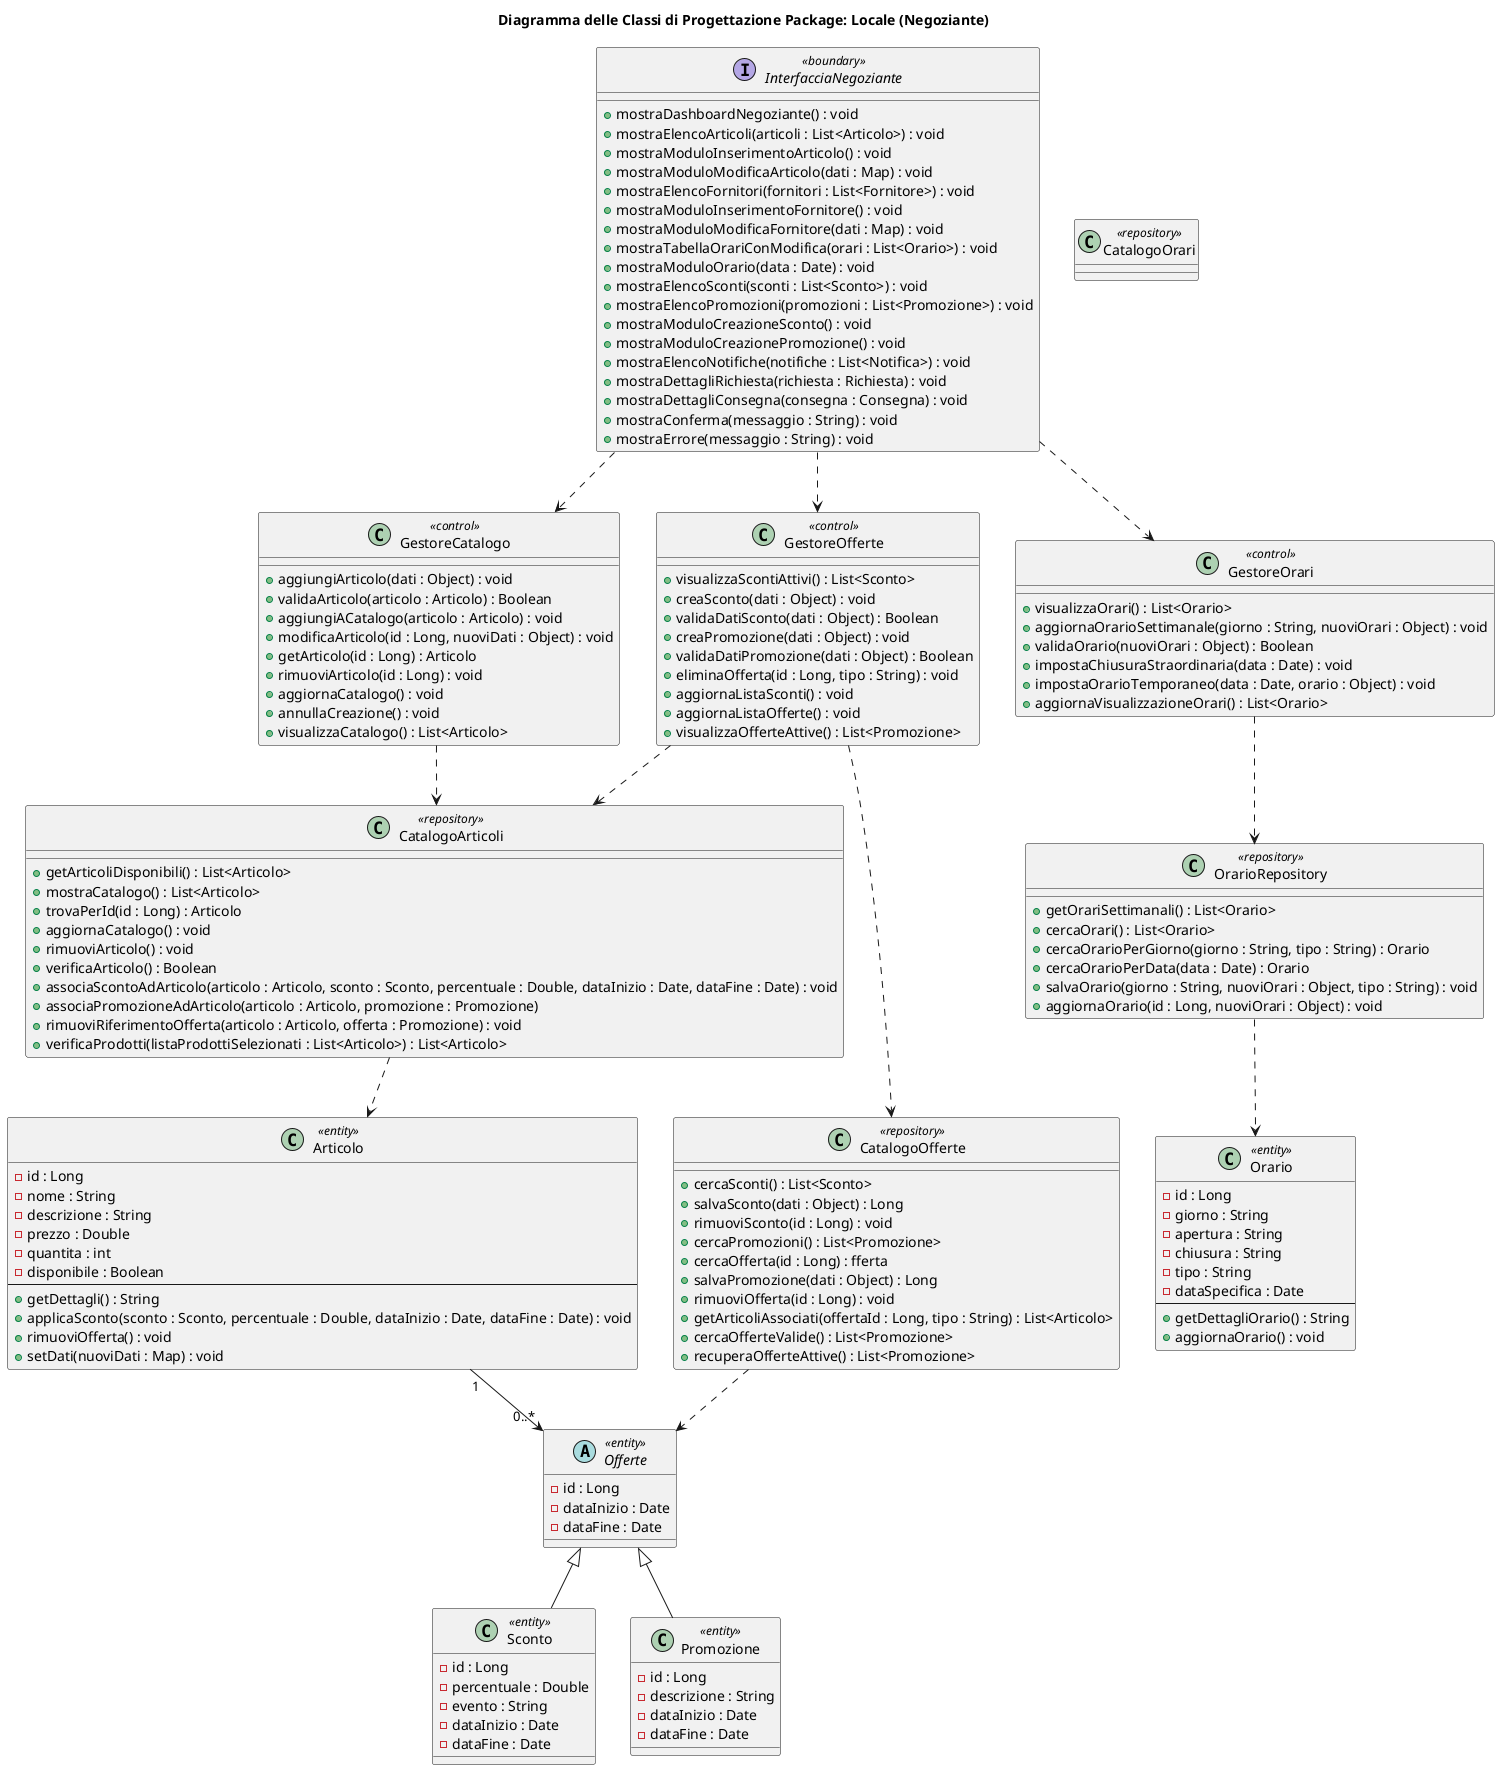
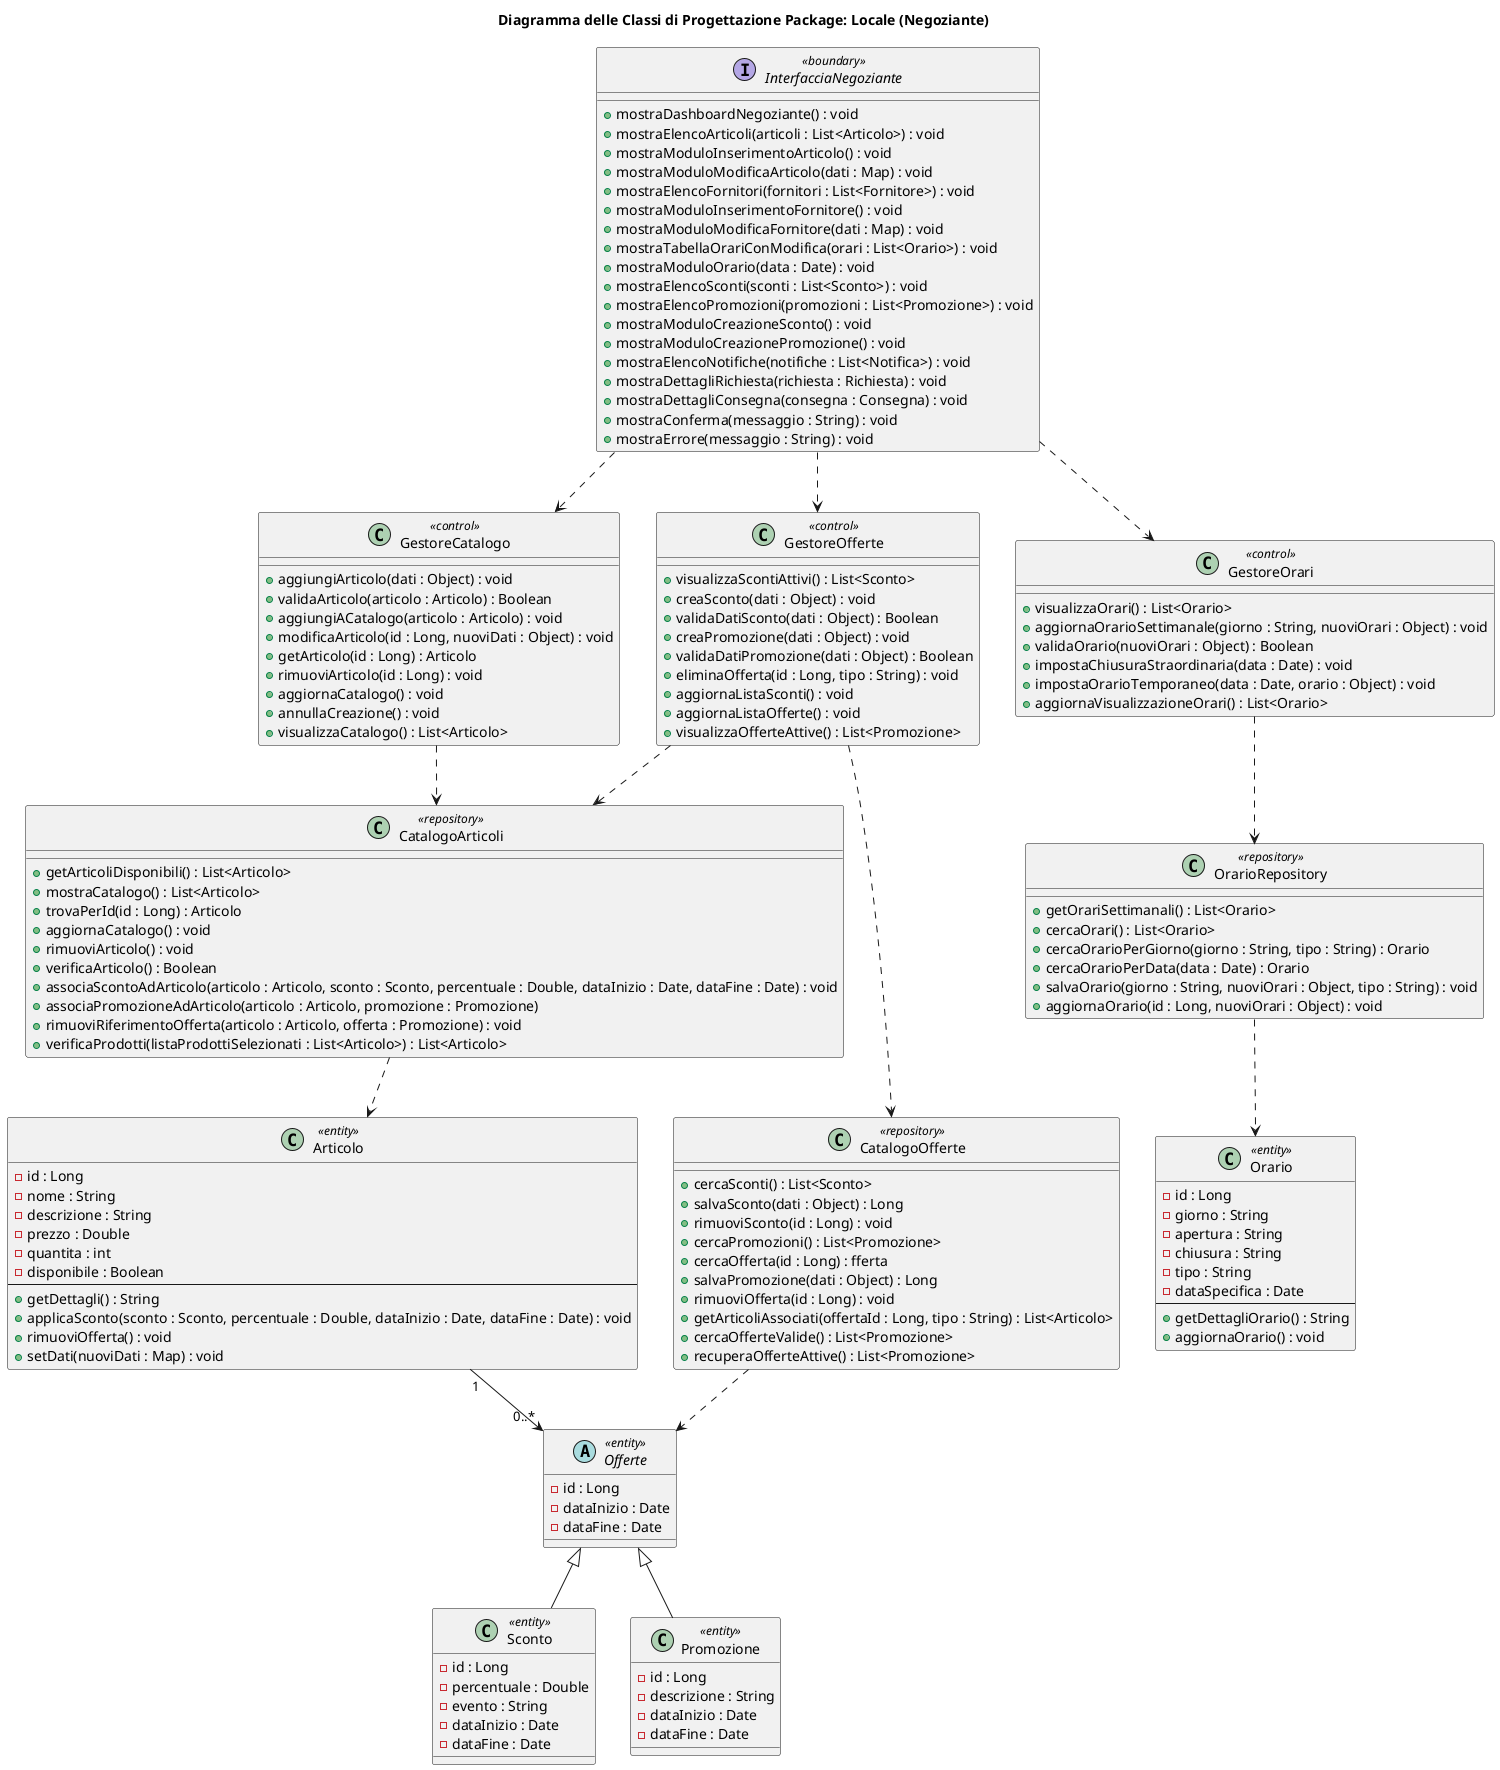
@startuml
title Diagramma delle Classi di Progettazione Package: Locale (Negoziante)


interface InterfacciaNegoziante <<boundary>>
class GestoreCatalogo <<control>>
class GestoreOfferte <<control>>
class GestoreOrari <<control>>
class Offerte <<entity>>
class CatalogoArticoli <<entity>>
- class CatalogoOrari <<repository>>
+ class OrarioRepository <<repository>>
class CatalogoOfferte <<repository>>


interface "InterfacciaNegoziante" <<boundary>> {
    ' Dashboard
    + mostraDashboardNegoziante() : void
    ' Gestione Catalogo
    + mostraElencoArticoli(articoli : List<Articolo>) : void
    + mostraModuloInserimentoArticolo() : void
    + mostraModuloModificaArticolo(dati : Map) : void
    ' Gestione Fornitori
    + mostraElencoFornitori(fornitori : List<Fornitore>) : void
    + mostraModuloInserimentoFornitore() : void
    + mostraModuloModificaFornitore(dati : Map) : void
    ' Gestione Orari
    + mostraTabellaOrariConModifica(orari : List<Orario>) : void
    + mostraModuloOrario(data : Date) : void
    ' Gestione Offerte
    + mostraElencoSconti(sconti : List<Sconto>) : void
    + mostraElencoPromozioni(promozioni : List<Promozione>) : void
    + mostraModuloCreazioneSconto() : void
    + mostraModuloCreazionePromozione() : void
    ' Gestione Notifiche
    + mostraElencoNotifiche(notifiche : List<Notifica>) : void
    + mostraDettagliRichiesta(richiesta : Richiesta) : void
    + mostraDettagliConsegna(consegna : Consegna) : void
    ' Messaggi comuni
    + mostraConferma(messaggio : String) : void
    + mostraErrore(messaggio : String) : void
}
class GestoreCatalogo <<control>> {
    + aggiungiArticolo(dati : Object) : void
    + validaArticolo(articolo : Articolo) : Boolean
    + aggiungiACatalogo(articolo : Articolo) : void
    + modificaArticolo(id : Long, nuoviDati : Object) : void
    + getArticolo(id : Long) : Articolo
    + rimuoviArticolo(id : Long) : void
    + aggiornaCatalogo() : void
    + annullaCreazione() : void
    + visualizzaCatalogo() : List<Articolo>
}

class GestoreOfferte <<control>> {
    + visualizzaScontiAttivi() : List<Sconto>
    + creaSconto(dati : Object) : void
    + validaDatiSconto(dati : Object) : Boolean
    + creaPromozione(dati : Object) : void
    + validaDatiPromozione(dati : Object) : Boolean
    + eliminaOfferta(id : Long, tipo : String) : void
    + aggiornaListaSconti() : void
    + aggiornaListaOfferte() : void
    + visualizzaOfferteAttive() : List<Promozione>
}

class GestoreOrari <<control>> {
    + visualizzaOrari() : List<Orario>
    + aggiornaOrarioSettimanale(giorno : String, nuoviOrari : Object) : void
    + validaOrario(nuoviOrari : Object) : Boolean
    + impostaChiusuraStraordinaria(data : Date) : void
    + impostaOrarioTemporaneo(data : Date, orario : Object) : void
    + aggiornaVisualizzazioneOrari() : List<Orario>
}
class OrarioRepository <<repository>> {
    + getOrariSettimanali() : List<Orario>
    + cercaOrari() : List<Orario>
    + cercaOrarioPerGiorno(giorno : String, tipo : String) : Orario
    + cercaOrarioPerData(data : Date) : Orario
    + salvaOrario(giorno : String, nuoviOrari : Object, tipo : String) : void
    + aggiornaOrario(id : Long, nuoviOrari : Object) : void
}

class CatalogoArticoli <<repository>> {
    + getArticoliDisponibili() : List<Articolo>
    + mostraCatalogo() : List<Articolo>
    + trovaPerId(id : Long) : Articolo
    + aggiornaCatalogo() : void
    + rimuoviArticolo() : void
    + verificaArticolo() : Boolean
    + associaScontoAdArticolo(articolo : Articolo, sconto : Sconto, percentuale : Double, dataInizio : Date, dataFine : Date) : void
    + associaPromozioneAdArticolo(articolo : Articolo, promozione : Promozione)
    + rimuoviRiferimentoOfferta(articolo : Articolo, offerta : Promozione) : void
    + verificaProdotti(listaProdottiSelezionati : List<Articolo>) : List<Articolo>
}

class CatalogoOfferte <<repository>> {
    + cercaSconti() : List<Sconto>
    + salvaSconto(dati : Object) : Long
    + rimuoviSconto(id : Long) : void
    + cercaPromozioni() : List<Promozione>
    + cercaOfferta(id : Long) : fferta
    + salvaPromozione(dati : Object) : Long
    + rimuoviOfferta(id : Long) : void
    + getArticoliAssociati(offertaId : Long, tipo : String) : List<Articolo>
    + cercaOfferteValide() : List<Promozione>
    + recuperaOfferteAttive() : List<Promozione>
}
class Articolo <<entity>> {
    - id : Long
    - nome : String
    - descrizione : String
    - prezzo : Double
    - quantita : int
    - disponibile : Boolean
    --
    + getDettagli() : String
    + applicaSconto(sconto : Sconto, percentuale : Double, dataInizio : Date, dataFine : Date) : void
    + rimuoviOfferta() : void
    + setDati(nuoviDati : Map) : void
}


abstract class Offerte <<entity>> {
    - id : Long
    - dataInizio : Date
    - dataFine : Date
}

class Sconto <<entity>> {
    - id : Long
    - percentuale : Double
    - evento : String
    - dataInizio : Date
    - dataFine : Date
}

class Promozione <<entity>> {
    - id : Long
    - descrizione : String
    - dataInizio : Date
    - dataFine : Date
}

class Orario <<entity>> {
    - id : Long
    - giorno : String
    - apertura : String
    - chiusura : String
    - tipo : String
    - dataSpecifica : Date
    --
    + getDettagliOrario() : String
    + aggiornaOrario() : void
}

Offerte <|-- Sconto
Offerte <|-- Promozione

CatalogoArticoli ..> Articolo
Articolo "1" --> "0..*" Offerte

InterfacciaNegoziante ..> GestoreOrari
GestoreOrari ..> OrarioRepository
InterfacciaNegoziante ..> GestoreOfferte
GestoreOfferte ..> CatalogoOfferte
GestoreOfferte ..> CatalogoArticoli
InterfacciaNegoziante ..> GestoreCatalogo
GestoreCatalogo ..> CatalogoArticoli
OrarioRepository ..> Orario
CatalogoOfferte ..> Offerte


@enduml